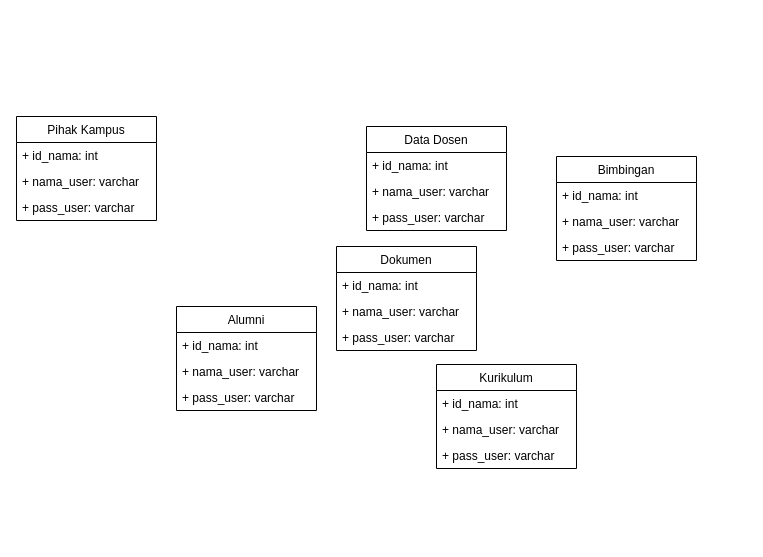
This is class Diagram si.drawio from ratihpn99/rpn, a draw.io file, before an edit. Source tidied: cells renumbered, new cells numbered last; positions are measured from the earlier drawing's top-left corner, leaving out a move shared by most shapes. Both pictures are drawn from the tidied source at 100%, with x=0, y=0 at pixel (16, 116).
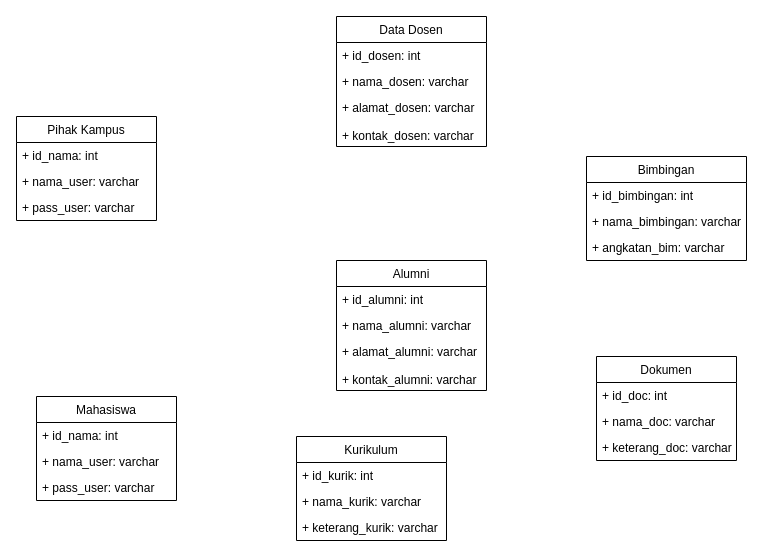
After the change.

Diff of the diagram source:
```diff
@@
     <mxCell id="6" value="Data Dosen" style="swimlane;fontStyle=0;horizontal=1;startSize=26;fillColor=none;" parent="1" vertex="1">
-      <mxGeometry x="350" y="10" width="140" height="104" as="geometry" />
+      <mxGeometry x="320" y="-100" width="150" height="130" as="geometry" />
     </mxCell>
-    <mxCell id="7" value="+ id_nama: int" style="text;strokeColor=none;fillColor=none;align=left;verticalAlign=top;spacingLeft=4;spacingRight=4;overflow=hidden;" parent="6" vertex="1">
-      <mxGeometry y="26" width="140" height="26" as="geometry" />
+    <mxCell id="7" value="+ id_dosen: int" style="text;strokeColor=none;fillColor=none;align=left;verticalAlign=top;spacingLeft=4;spacingRight=4;overflow=hidden;" parent="6" vertex="1">
+      <mxGeometry y="26" width="150" height="26" as="geometry" />
     </mxCell>
-    <mxCell id="8" value="+ nama_user: varchar" style="text;strokeColor=none;fillColor=none;align=left;verticalAlign=top;spacingLeft=4;spacingRight=4;overflow=hidden;" parent="6" vertex="1">
-      <mxGeometry y="52" width="140" height="26" as="geometry" />
+    <mxCell id="8" value="+ nama_dosen: varchar" style="text;strokeColor=none;fillColor=none;align=left;verticalAlign=top;spacingLeft=4;spacingRight=4;overflow=hidden;" parent="6" vertex="1">
+      <mxGeometry y="52" width="150" height="26" as="geometry" />
     </mxCell>
-    <mxCell id="9" value="+ pass_user: varchar" style="text;strokeColor=none;fillColor=none;align=left;verticalAlign=top;spacingLeft=4;spacingRight=4;overflow=hidden;" parent="6" vertex="1">
-      <mxGeometry y="78" width="140" height="26" as="geometry" />
+    <mxCell id="9" value="+ alamat_dosen: varchar&#10;&#10;+ kontak_dosen: varchar" style="text;strokeColor=none;fillColor=none;align=left;verticalAlign=top;spacingLeft=4;spacingRight=4;overflow=hidden;" parent="6" vertex="1">
+      <mxGeometry y="78" width="150" height="52" as="geometry" />
     </mxCell>
     <mxCell id="10" value="Bimbingan" style="swimlane;fontStyle=0;horizontal=1;startSize=26;fillColor=none;" parent="1" vertex="1">
-      <mxGeometry x="540" y="40" width="140" height="104" as="geometry" />
+      <mxGeometry x="570" y="40" width="160" height="104" as="geometry" />
     </mxCell>
-    <mxCell id="11" value="+ id_nama: int" style="text;strokeColor=none;fillColor=none;align=left;verticalAlign=top;spacingLeft=4;spacingRight=4;overflow=hidden;" parent="10" vertex="1">
-      <mxGeometry y="26" width="140" height="26" as="geometry" />
+    <mxCell id="11" value="+ id_bimbingan: int" style="text;strokeColor=none;fillColor=none;align=left;verticalAlign=top;spacingLeft=4;spacingRight=4;overflow=hidden;" parent="10" vertex="1">
+      <mxGeometry y="26" width="160" height="26" as="geometry" />
     </mxCell>
-    <mxCell id="12" value="+ nama_user: varchar" style="text;strokeColor=none;fillColor=none;align=left;verticalAlign=top;spacingLeft=4;spacingRight=4;overflow=hidden;" parent="10" vertex="1">
-      <mxGeometry y="52" width="140" height="26" as="geometry" />
+    <mxCell id="12" value="+ nama_bimbingan: varchar" style="text;strokeColor=none;fillColor=none;align=left;verticalAlign=top;spacingLeft=4;spacingRight=4;overflow=hidden;" parent="10" vertex="1">
+      <mxGeometry y="52" width="160" height="26" as="geometry" />
     </mxCell>
-    <mxCell id="13" value="+ pass_user: varchar" style="text;strokeColor=none;fillColor=none;align=left;verticalAlign=top;spacingLeft=4;spacingRight=4;overflow=hidden;" parent="10" vertex="1">
-      <mxGeometry y="78" width="140" height="26" as="geometry" />
+    <mxCell id="13" value="+ angkatan_bim: varchar" style="text;strokeColor=none;fillColor=none;align=left;verticalAlign=top;spacingLeft=4;spacingRight=4;overflow=hidden;" parent="10" vertex="1">
+      <mxGeometry y="78" width="160" height="26" as="geometry" />
     </mxCell>
     <mxCell id="14" value="Dokumen" style="swimlane;fontStyle=0;horizontal=1;startSize=26;fillColor=none;" parent="1" vertex="1">
-      <mxGeometry x="320" y="130" width="140" height="104" as="geometry" />
+      <mxGeometry x="580" y="240" width="140" height="104" as="geometry" />
     </mxCell>
-    <mxCell id="15" value="+ id_nama: int" style="text;strokeColor=none;fillColor=none;align=left;verticalAlign=top;spacingLeft=4;spacingRight=4;overflow=hidden;" parent="14" vertex="1">
+    <mxCell id="15" value="+ id_doc: int" style="text;strokeColor=none;fillColor=none;align=left;verticalAlign=top;spacingLeft=4;spacingRight=4;overflow=hidden;" parent="14" vertex="1">
       <mxGeometry y="26" width="140" height="26" as="geometry" />
     </mxCell>
-    <mxCell id="16" value="+ nama_user: varchar" style="text;strokeColor=none;fillColor=none;align=left;verticalAlign=top;spacingLeft=4;spacingRight=4;overflow=hidden;" parent="14" vertex="1">
+    <mxCell id="16" value="+ nama_doc: varchar" style="text;strokeColor=none;fillColor=none;align=left;verticalAlign=top;spacingLeft=4;spacingRight=4;overflow=hidden;" parent="14" vertex="1">
       <mxGeometry y="52" width="140" height="26" as="geometry" />
     </mxCell>
-    <mxCell id="17" value="+ pass_user: varchar" style="text;strokeColor=none;fillColor=none;align=left;verticalAlign=top;spacingLeft=4;spacingRight=4;overflow=hidden;" parent="14" vertex="1">
+    <mxCell id="17" value="+ keterang_doc: varchar" style="text;strokeColor=none;fillColor=none;align=left;verticalAlign=top;spacingLeft=4;spacingRight=4;overflow=hidden;" parent="14" vertex="1">
       <mxGeometry y="78" width="140" height="26" as="geometry" />
     </mxCell>
-    <mxCell id="18" value="Alumni" style="swimlane;fontStyle=0;horizontal=1;startSize=26;fillColor=none;" parent="1" vertex="1">
-      <mxGeometry x="160" y="190" width="140" height="104" as="geometry" />
-    </mxCell>
-    <mxCell id="19" value="+ id_nama: int" style="text;strokeColor=none;fillColor=none;align=left;verticalAlign=top;spacingLeft=4;spacingRight=4;overflow=hidden;" parent="18" vertex="1">
-      <mxGeometry y="26" width="140" height="26" as="geometry" />
-    </mxCell>
-    <mxCell id="20" value="+ nama_user: varchar" style="text;strokeColor=none;fillColor=none;align=left;verticalAlign=top;spacingLeft=4;spacingRight=4;overflow=hidden;" parent="18" vertex="1">
-      <mxGeometry y="52" width="140" height="26" as="geometry" />
-    </mxCell>
-    <mxCell id="21" value="+ pass_user: varchar" style="text;strokeColor=none;fillColor=none;align=left;verticalAlign=top;spacingLeft=4;spacingRight=4;overflow=hidden;" parent="18" vertex="1">
-      <mxGeometry y="78" width="140" height="26" as="geometry" />
-    </mxCell>
     <mxCell id="22" value="Kurikulum" style="swimlane;fontStyle=0;horizontal=1;startSize=26;fillColor=none;" parent="1" vertex="1">
-      <mxGeometry x="420" y="248" width="140" height="104" as="geometry" />
+      <mxGeometry x="280" y="320" width="150" height="104" as="geometry" />
     </mxCell>
-    <mxCell id="23" value="+ id_nama: int" style="text;strokeColor=none;fillColor=none;align=left;verticalAlign=top;spacingLeft=4;spacingRight=4;overflow=hidden;" parent="22" vertex="1">
-      <mxGeometry y="26" width="140" height="26" as="geometry" />
+    <mxCell id="23" value="+ id_kurik: int" style="text;strokeColor=none;fillColor=none;align=left;verticalAlign=top;spacingLeft=4;spacingRight=4;overflow=hidden;" parent="22" vertex="1">
+      <mxGeometry y="26" width="150" height="26" as="geometry" />
     </mxCell>
-    <mxCell id="24" value="+ nama_user: varchar" style="text;strokeColor=none;fillColor=none;align=left;verticalAlign=top;spacingLeft=4;spacingRight=4;overflow=hidden;" parent="22" vertex="1">
-      <mxGeometry y="52" width="140" height="26" as="geometry" />
+    <mxCell id="24" value="+ nama_kurik: varchar" style="text;strokeColor=none;fillColor=none;align=left;verticalAlign=top;spacingLeft=4;spacingRight=4;overflow=hidden;" parent="22" vertex="1">
+      <mxGeometry y="52" width="150" height="26" as="geometry" />
     </mxCell>
-    <mxCell id="25" value="+ pass_user: varchar" style="text;strokeColor=none;fillColor=none;align=left;verticalAlign=top;spacingLeft=4;spacingRight=4;overflow=hidden;" parent="22" vertex="1">
-      <mxGeometry y="78" width="140" height="26" as="geometry" />
+    <mxCell id="25" value="+ keterang_kurik: varchar" style="text;strokeColor=none;fillColor=none;align=left;verticalAlign=top;spacingLeft=4;spacingRight=4;overflow=hidden;" parent="22" vertex="1">
+      <mxGeometry y="78" width="150" height="26" as="geometry" />
     </mxCell>
+    <mxCell id="26" value="Mahasiswa" style="swimlane;fontStyle=0;horizontal=1;startSize=26;fillColor=none;" parent="1" vertex="1">
+      <mxGeometry x="20" y="280" width="140" height="104" as="geometry" />
+    </mxCell>
+    <mxCell id="19" value="+ id_nama: int" style="text;strokeColor=none;fillColor=none;align=left;verticalAlign=top;spacingLeft=4;spacingRight=4;overflow=hidden;" parent="26" vertex="1">
+      <mxGeometry y="26" width="140" height="26" as="geometry" />
+    </mxCell>
+    <mxCell id="20" value="+ nama_user: varchar" style="text;strokeColor=none;fillColor=none;align=left;verticalAlign=top;spacingLeft=4;spacingRight=4;overflow=hidden;" parent="26" vertex="1">
+      <mxGeometry y="52" width="140" height="26" as="geometry" />
+    </mxCell>
+    <mxCell id="21" value="+ pass_user: varchar" style="text;strokeColor=none;fillColor=none;align=left;verticalAlign=top;spacingLeft=4;spacingRight=4;overflow=hidden;" parent="26" vertex="1">
+      <mxGeometry y="78" width="140" height="26" as="geometry" />
+    </mxCell>
+    <mxCell id="18" value="Alumni" style="swimlane;fontStyle=0;horizontal=1;startSize=26;fillColor=none;" parent="1" vertex="1">
+      <mxGeometry x="320" y="144" width="150" height="130" as="geometry" />
+    </mxCell>
+    <mxCell id="27" value="+ id_alumni: int" style="text;strokeColor=none;fillColor=none;align=left;verticalAlign=top;spacingLeft=4;spacingRight=4;overflow=hidden;" parent="18" vertex="1">
+      <mxGeometry y="26" width="150" height="26" as="geometry" />
+    </mxCell>
+    <mxCell id="28" value="+ nama_alumni: varchar" style="text;strokeColor=none;fillColor=none;align=left;verticalAlign=top;spacingLeft=4;spacingRight=4;overflow=hidden;" parent="18" vertex="1">
+      <mxGeometry y="52" width="150" height="26" as="geometry" />
+    </mxCell>
+    <mxCell id="29" value="+ alamat_alumni: varchar&#10;&#10;+ kontak_alumni: varchar" style="text;strokeColor=none;fillColor=none;align=left;verticalAlign=top;spacingLeft=4;spacingRight=4;overflow=hidden;" parent="18" vertex="1">
+      <mxGeometry y="78" width="150" height="52" as="geometry" />
+    </mxCell>
```
